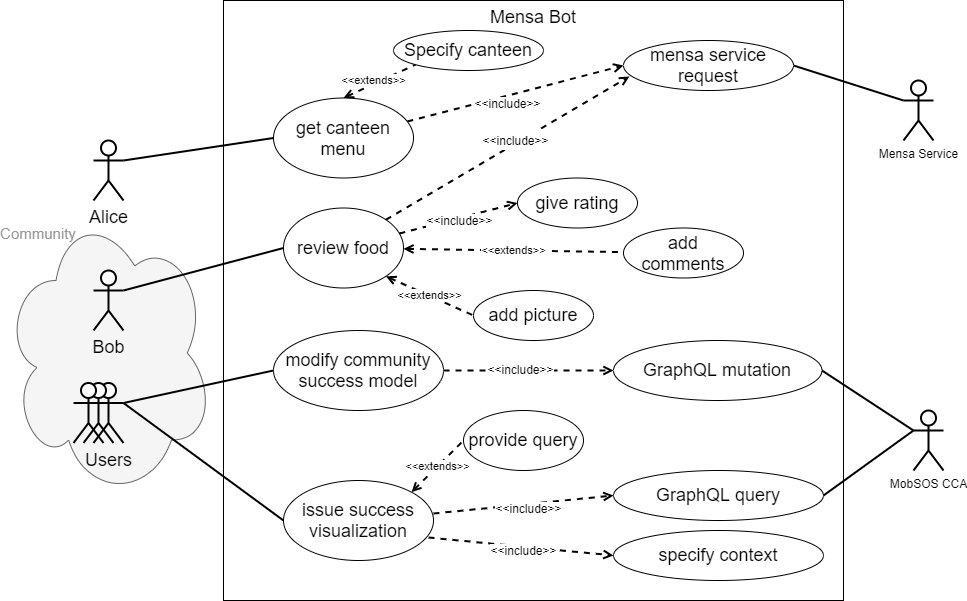
This is figures/concept/usecase.png from lakhoune/bachelor-thesis, a draw.io export, as it was before one commit. Source tidied: cells renumbered, new cells last; positions are measured from the earlier drawing's top-left corner, leaving out a move shared by most shapes.
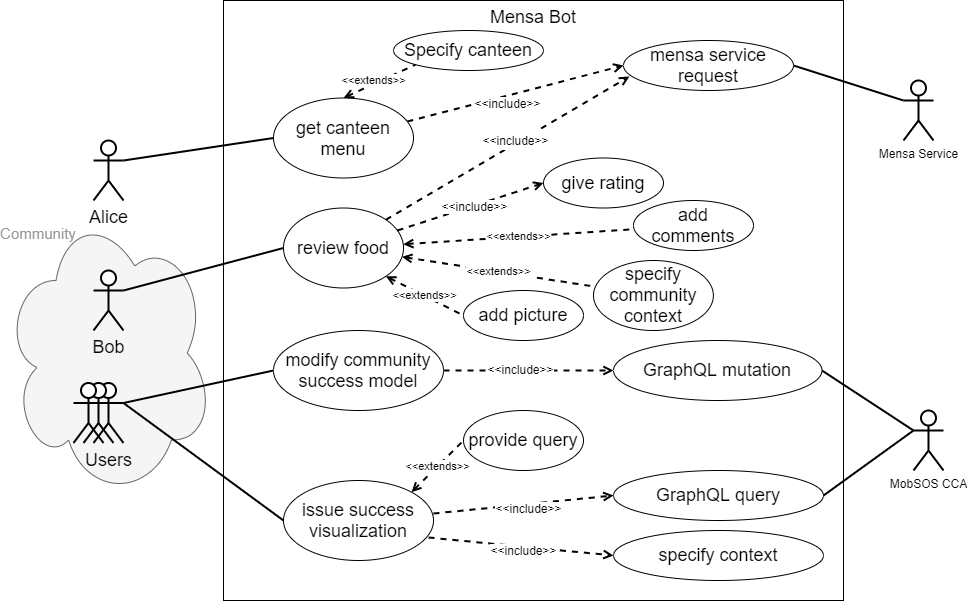
Later version of the same file.

Commit message:
add context to reveiw food

The edit, as a diff of the source:
```diff
@@ -86,7 +86,7 @@
       <mxGeometry x="280" y="207.5" width="120" height="80" as="geometry" />
     </mxCell>
     <mxCell id="27" value="give rating" style="ellipse;whiteSpace=wrap;html=1;fontSize=18;" parent="1" vertex="1">
-      <mxGeometry x="514" y="177.5" width="120" height="50" as="geometry" />
+      <mxGeometry x="540" y="157.5" width="120" height="50" as="geometry" />
     </mxCell>
     <mxCell id="28" value="Bob" style="shape=umlActor;verticalLabelPosition=bottom;labelBackgroundColor=none;verticalAlign=top;html=1;outlineConnect=0;fontSize=18;strokeWidth=2;" parent="1" vertex="1">
       <mxGeometry x="90" y="270" width="30" height="60" as="geometry" />
@@ -130,10 +130,10 @@
       </mxGeometry>
     </mxCell>
     <mxCell id="41" value="add comments" style="ellipse;whiteSpace=wrap;html=1;fontSize=18;" parent="1" vertex="1">
-      <mxGeometry x="620" y="227.5" width="120" height="50" as="geometry" />
+      <mxGeometry x="630" y="200" width="120" height="50" as="geometry" />
     </mxCell>
     <mxCell id="42" value="add picture" style="ellipse;whiteSpace=wrap;html=1;fontSize=18;" parent="1" vertex="1">
-      <mxGeometry x="470" y="290" width="120" height="50" as="geometry" />
+      <mxGeometry x="460" y="290" width="120" height="50" as="geometry" />
     </mxCell>
     <mxCell id="43" value="&lt;font style=&quot;font-size: 18px&quot;&gt;provide query&lt;/font&gt;" style="ellipse;whiteSpace=wrap;html=1;labelBackgroundColor=none;fontSize=12;" parent="1" vertex="1">
       <mxGeometry x="460" y="410" width="120" height="60" as="geometry" />
@@ -152,5 +152,11 @@
     <mxCell id="47" value="specify context" style="ellipse;whiteSpace=wrap;html=1;fontSize=18;" parent="1" vertex="1">
       <mxGeometry x="610" y="530" width="210" height="50" as="geometry" />
     </mxCell>
+    <mxCell id="48" value="&amp;lt;&amp;lt;extends&amp;gt;&amp;gt;" style="edgeStyle=none;rounded=0;jettySize=auto;html=1;dashed=1;startArrow=open;startFill=0;endArrow=none;endFill=0;strokeWidth=2;" parent="1" edge="1" source="26" target="49">
+      <mxGeometry relative="1" as="geometry" />
+    </mxCell>
+    <mxCell id="49" value="specify community context" style="ellipse;whiteSpace=wrap;html=1;fontSize=18;" parent="1" vertex="1">
+      <mxGeometry x="590" y="260" width="119.9" height="70" as="geometry" />
+    </mxCell>
   </root>
 </mxGraphModel>
```
